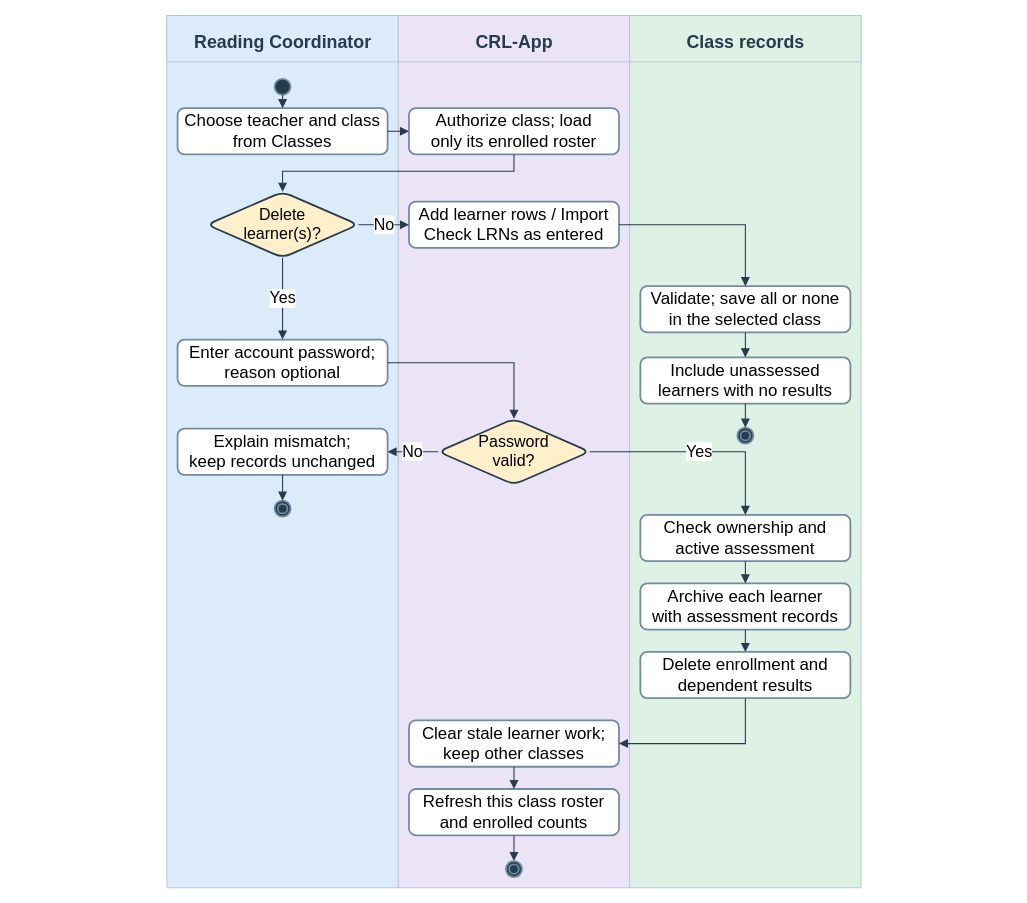
Earlier version of the draw.io diagram docs/diagrams/class-workspaces/figure-15b-learner-management.drawio (AkuSayangKamuJudaSayang/crl-app). Source tidied: cells renumbered, new cells numbered last; positions are measured from the earlier drawing's top-left corner, leaving out a move shared by most shapes. Both pictures are drawn from the tidied source at 89%, with x=0, y=0 at pixel (15, 15).
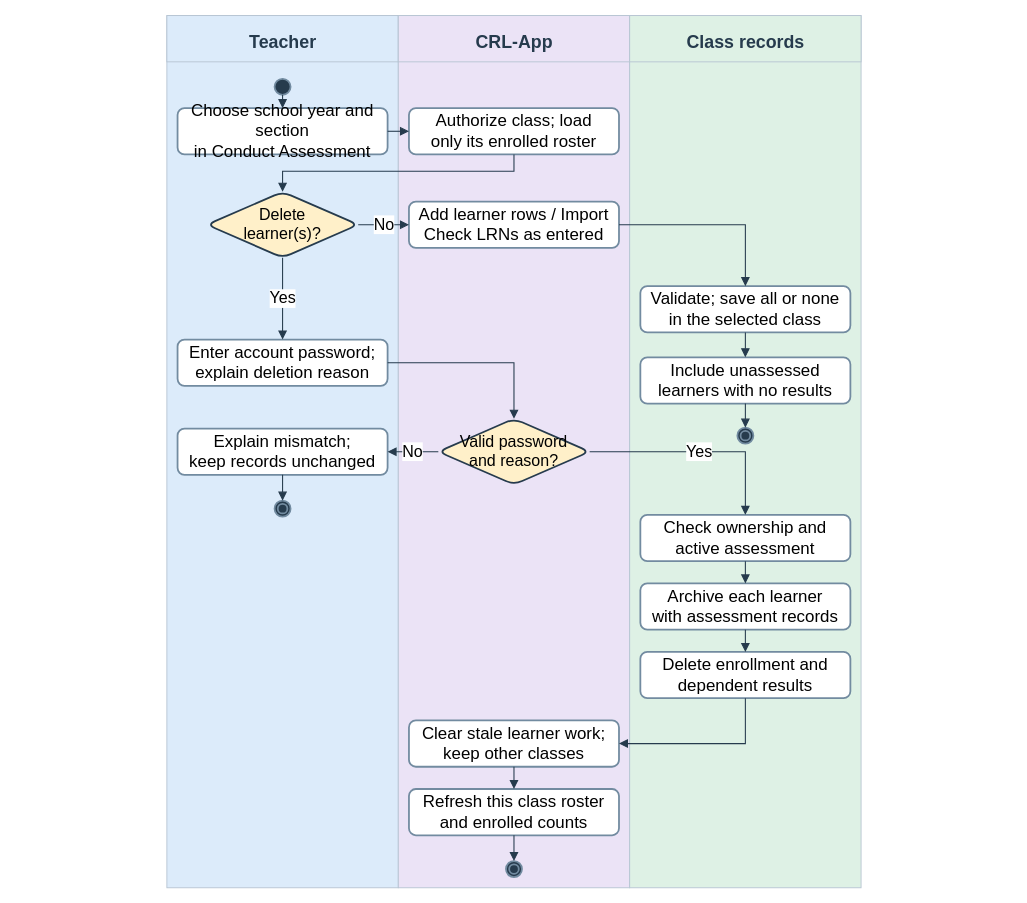
The same diagram, later.

What changed in the source:
```diff
@@
-    <mxCell id="4" value="Reading Coordinator" style="text;html=1;fontFamily=Arial;align=center;verticalAlign=top;fontSize=20;fontColor=#263b4d;fontStyle=1;strokeColor=none;fillColor=none;" parent="1" vertex="1">
+    <mxCell id="4" value="Teacher" style="text;html=1;fontFamily=Arial;align=center;verticalAlign=top;fontSize=20;fontColor=#263b4d;fontStyle=1;strokeColor=none;fillColor=none;" parent="1" vertex="1">
       <mxGeometry y="11" width="600" height="24" as="geometry" />
     </mxCell>
@@
-    <mxCell id="12" value="Choose teacher and class&lt;br&gt;from Classes" style="rounded=1;whiteSpace=wrap;html=1;fontFamily=Arial;fillColor=#ffffff;strokeColor=#728ba0;strokeWidth=2;fontSize=19;" parent="1" vertex="1">
+    <mxCell id="12" value="Choose school year and section&lt;br&gt;in Conduct Assessment" style="rounded=1;whiteSpace=wrap;html=1;fontFamily=Arial;fillColor=#ffffff;strokeColor=#728ba0;strokeWidth=2;fontSize=19;" parent="1" vertex="1">
       <mxGeometry x="182" y="104" width="236" height="52" as="geometry" />
     </mxCell>
@@
-    <mxCell id="19" value="Enter account password;&lt;br&gt;reason optional" style="rounded=1;whiteSpace=wrap;html=1;fontFamily=Arial;fillColor=#ffffff;strokeColor=#728ba0;strokeWidth=2;fontSize=19;" parent="1" vertex="1">
+    <mxCell id="19" value="Enter account password;&lt;br&gt;explain deletion reason" style="rounded=1;whiteSpace=wrap;html=1;fontFamily=Arial;fillColor=#ffffff;strokeColor=#728ba0;strokeWidth=2;fontSize=19;" parent="1" vertex="1">
       <mxGeometry x="182" y="364" width="236" height="52" as="geometry" />
     </mxCell>
-    <mxCell id="20" value="Password&lt;br&gt;valid?" style="rounded=1;whiteSpace=wrap;html=1;fontFamily=Arial;fillColor=#ffffff;strokeColor=#728ba0;strokeWidth=2;fontSize=19;shape=rhombus;strokeColor=#263b4d;fillColor=#fff0c9;fontSize=18;" parent="1" vertex="1">
+    <mxCell id="20" value="Valid password&lt;br&gt;and reason?" style="rounded=1;whiteSpace=wrap;html=1;fontFamily=Arial;fillColor=#ffffff;strokeColor=#728ba0;strokeWidth=2;fontSize=19;shape=rhombus;strokeColor=#263b4d;fillColor=#fff0c9;fontSize=18;" parent="1" vertex="1">
       <mxGeometry x="475" y="453" width="170" height="74" as="geometry" />
     </mxCell>
```
